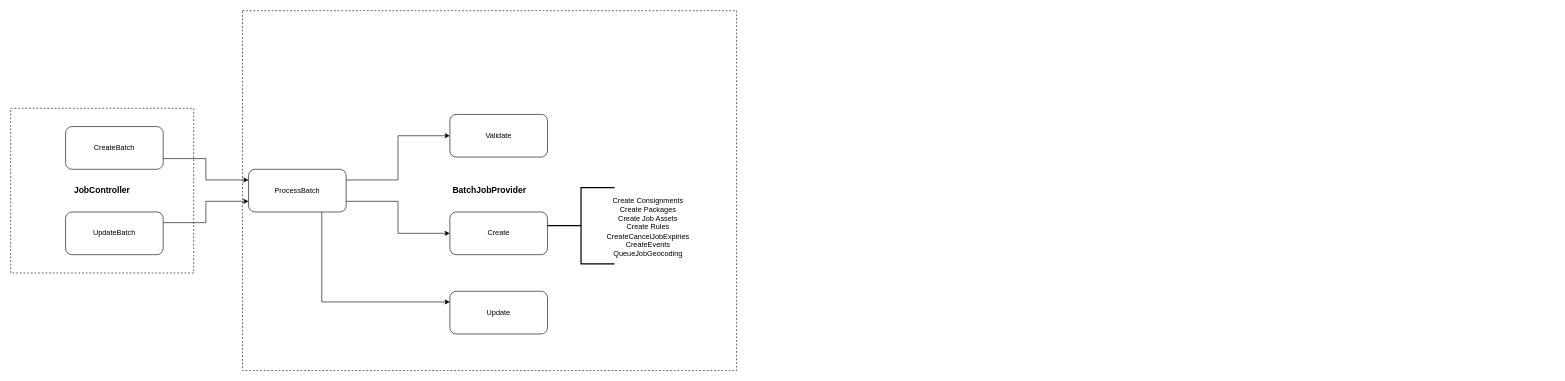
gbates-e2open/drawioFiles keeps this draw.io diagram as batch_job_flow.drawio. Above is the earlier version. Source tidied: cells renumbered, new cells numbered last; positions are measured from the earlier drawing's top-left corner, leaving out a move shared by most shapes. Both pictures are drawn from the tidied source at 61%, with x=0, y=0 at pixel (10, 10).
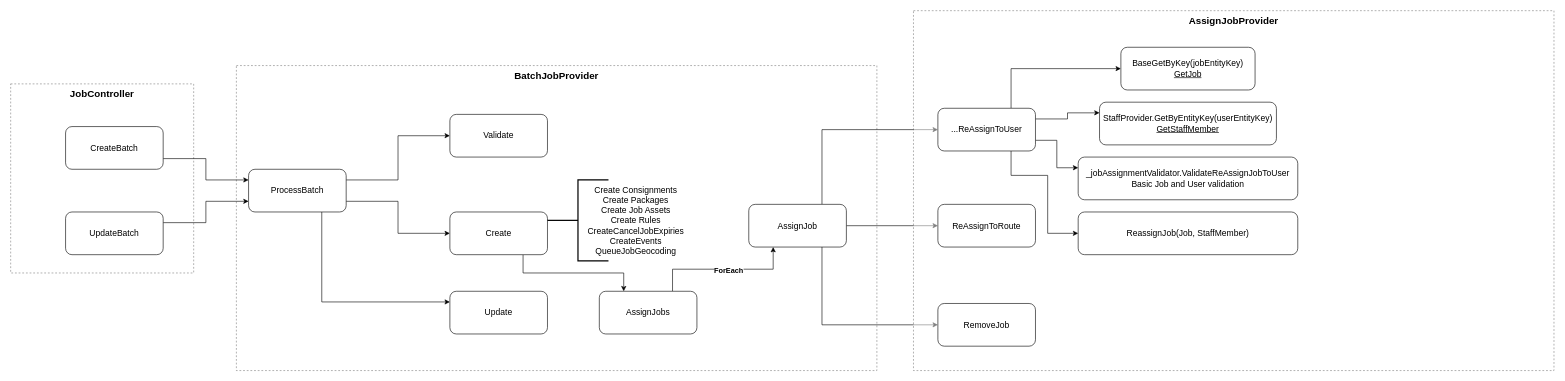
After the change.

What changed in the source:
```diff
@@
-    <mxCell id="2" value="&lt;b&gt;&lt;font style=&quot;font-size: 14px;&quot;&gt;BatchJobProvider&lt;/font&gt;&lt;/b&gt;" style="rounded=0;whiteSpace=wrap;html=1;dashed=1;" parent="1" vertex="1">
-      <mxGeometry x="380" width="810" height="590" as="geometry" />
+    <mxCell id="2" value="&lt;b&gt;&lt;font style=&quot;font-size: 16px;&quot;&gt;BatchJobProvider&lt;/font&gt;&lt;/b&gt;" style="rounded=0;whiteSpace=wrap;html=1;dashed=1;labelPadding=50;imageVerticalAlign=middle;verticalAlign=top;fillColor=default;gradientColor=none;opacity=50;" parent="1" vertex="1">
+      <mxGeometry x="370" y="90" width="1050" height="500" as="geometry" />
     </mxCell>
@@
-    <mxCell id="6" value="ProcessBatch" style="rounded=1;whiteSpace=wrap;html=1;" parent="1" vertex="1">
+    <mxCell id="6" value="&lt;font style=&quot;font-size: 14px;&quot;&gt;ProcessBatch&lt;/font&gt;" style="rounded=1;whiteSpace=wrap;html=1;" parent="1" vertex="1">
       <mxGeometry x="390" y="260" width="160" height="70" as="geometry" />
     </mxCell>
-    <mxCell id="7" value="&lt;b&gt;&lt;font style=&quot;font-size: 14px;&quot;&gt;JobController&lt;/font&gt;&lt;/b&gt;" style="rounded=0;whiteSpace=wrap;html=1;dashed=1;" parent="1" vertex="1">
-      <mxGeometry y="160" width="300" height="270" as="geometry" />
+    <mxCell id="7" value="&lt;b&gt;&lt;font style=&quot;font-size: 16px;&quot;&gt;JobController&lt;/font&gt;&lt;/b&gt;" style="rounded=0;whiteSpace=wrap;html=1;dashed=1;verticalAlign=top;opacity=50;" parent="1" vertex="1">
+      <mxGeometry y="120" width="300" height="310" as="geometry" />
     </mxCell>
@@
-    <mxCell id="9" value="CreateBatch" style="rounded=1;whiteSpace=wrap;html=1;" parent="1" vertex="1">
+    <mxCell id="9" value="&lt;font style=&quot;font-size: 14px;&quot;&gt;CreateBatch&lt;/font&gt;" style="rounded=1;whiteSpace=wrap;html=1;" parent="1" vertex="1">
       <mxGeometry x="90" y="190" width="160" height="70" as="geometry" />
     </mxCell>
@@
-    <mxCell id="11" value="UpdateBatch" style="rounded=1;whiteSpace=wrap;html=1;" parent="1" vertex="1">
+    <mxCell id="11" value="&lt;font style=&quot;font-size: 14px;&quot;&gt;UpdateBatch&lt;/font&gt;" style="rounded=1;whiteSpace=wrap;html=1;" parent="1" vertex="1">
       <mxGeometry x="90" y="330" width="160" height="70" as="geometry" />
     </mxCell>
-    <mxCell id="12" value="Validate" style="rounded=1;whiteSpace=wrap;html=1;" parent="1" vertex="1">
+    <mxCell id="12" value="&lt;font style=&quot;font-size: 14px;&quot;&gt;Validate&lt;/font&gt;" style="rounded=1;whiteSpace=wrap;html=1;" parent="1" vertex="1">
       <mxGeometry x="720" y="170" width="160" height="70" as="geometry" />
     </mxCell>
+    <mxCell id="17" style="edgeStyle=orthogonalEdgeStyle;rounded=0;jettySize=auto;html=1;exitX=0.75;exitY=1;exitDx=0;exitDy=0;entryX=0.25;entryY=0;entryDx=0;entryDy=0;" parent="1" edge="1" source="13" target="20">
+      <mxGeometry relative="1" as="geometry" />
+    </mxCell>
-    <mxCell id="13" value="Create" style="rounded=1;whiteSpace=wrap;html=1;" parent="1" vertex="1">
+    <mxCell id="13" value="&lt;font style=&quot;font-size: 14px;&quot;&gt;Create&lt;/font&gt;" style="rounded=1;whiteSpace=wrap;html=1;" parent="1" vertex="1">
       <mxGeometry x="720" y="330" width="160" height="70" as="geometry" />
     </mxCell>
-    <mxCell id="14" value="Update" style="rounded=1;whiteSpace=wrap;html=1;" parent="1" vertex="1">
+    <mxCell id="14" value="&lt;font style=&quot;font-size: 14px;&quot;&gt;Update&lt;/font&gt;" style="rounded=1;whiteSpace=wrap;html=1;" parent="1" vertex="1">
       <mxGeometry x="720" y="460" width="160" height="70" as="geometry" />
     </mxCell>
     <mxCell id="15" style="strokeWidth=2;html=1;shape=mxgraph.flowchart.annotation_2;align=left;labelPosition=right;" parent="1" vertex="1">
-      <mxGeometry x="880" y="290" width="110" height="125" as="geometry" />
+      <mxGeometry x="880" y="277.5" width="100" height="132.5" as="geometry" />
     </mxCell>
-    <mxCell id="16" value="Create Consignments&lt;div&gt;Create Packages&lt;/div&gt;&lt;div&gt;Create Job Assets&lt;/div&gt;&lt;div&gt;Create Rules&lt;/div&gt;&lt;div&gt;CreateCancelJobExpiries&lt;/div&gt;&lt;div&gt;CreateEvents&lt;/div&gt;&lt;div&gt;QueueJobGeocoding&lt;/div&gt;" style="text;html=1;align=center;verticalAlign=middle;whiteSpace=wrap;rounded=0;" parent="1" vertex="1">
-      <mxGeometry x="960" y="300" width="170" height="110" as="geometry" />
+    <mxCell id="16" value="&lt;font style=&quot;font-size: 14px;&quot;&gt;Create Consignments&lt;/font&gt;&lt;div style=&quot;font-size: 14px;&quot;&gt;&lt;font style=&quot;font-size: 14px;&quot;&gt;Create Packages&lt;/font&gt;&lt;/div&gt;&lt;div style=&quot;font-size: 14px;&quot;&gt;&lt;font style=&quot;font-size: 14px;&quot;&gt;Create Job Assets&lt;/font&gt;&lt;/div&gt;&lt;div style=&quot;font-size: 14px;&quot;&gt;&lt;font style=&quot;font-size: 14px;&quot;&gt;Create Rules&lt;/font&gt;&lt;/div&gt;&lt;div style=&quot;font-size: 14px;&quot;&gt;&lt;font style=&quot;font-size: 14px;&quot;&gt;CreateCancelJobExpiries&lt;/font&gt;&lt;/div&gt;&lt;div style=&quot;font-size: 14px;&quot;&gt;&lt;font style=&quot;font-size: 14px;&quot;&gt;CreateEvents&lt;/font&gt;&lt;/div&gt;&lt;div style=&quot;font-size: 14px;&quot;&gt;&lt;font style=&quot;font-size: 14px;&quot;&gt;QueueJobGeocoding&lt;/font&gt;&lt;/div&gt;" style="text;html=1;align=center;verticalAlign=middle;whiteSpace=wrap;rounded=0;" parent="1" vertex="1">
+      <mxGeometry x="940" y="288.8" width="170" height="110" as="geometry" />
     </mxCell>
+    <mxCell id="18" style="edgeStyle=orthogonalEdgeStyle;rounded=0;jettySize=auto;html=1;exitX=0.75;exitY=0;exitDx=0;exitDy=0;entryX=0.25;entryY=1;entryDx=0;entryDy=0;" parent="1" edge="1" source="20" target="24">
+      <mxGeometry relative="1" as="geometry" />
+    </mxCell>
+    <mxCell id="19" value="&lt;b&gt;&lt;font style=&quot;font-size: 12px;&quot;&gt;ForEach&lt;/font&gt;&lt;/b&gt;" style="edgeLabel;html=1;align=center;verticalAlign=middle;" parent="18" vertex="1">
+      <mxGeometry x="0.08" y="-3" relative="1" as="geometry" />
+    </mxCell>
+    <mxCell id="20" value="&lt;font style=&quot;font-size: 14px;&quot;&gt;AssignJobs&lt;/font&gt;" style="rounded=1;whiteSpace=wrap;html=1;" parent="1" vertex="1">
+      <mxGeometry x="965" y="460" width="160" height="70" as="geometry" />
+    </mxCell>
+    <mxCell id="21" style="edgeStyle=orthogonalEdgeStyle;rounded=0;jettySize=auto;html=1;exitX=1;exitY=0.5;exitDx=0;exitDy=0;entryX=0;entryY=0.5;entryDx=0;entryDy=0;" parent="1" edge="1" source="24" target="27">
+      <mxGeometry relative="1" as="geometry" />
+    </mxCell>
+    <mxCell id="22" style="edgeStyle=orthogonalEdgeStyle;rounded=0;jettySize=auto;html=1;exitX=0.75;exitY=0;exitDx=0;exitDy=0;entryX=0;entryY=0.5;entryDx=0;entryDy=0;" parent="1" edge="1" source="24" target="32">
+      <mxGeometry relative="1" as="geometry" />
+    </mxCell>
+    <mxCell id="23" style="edgeStyle=orthogonalEdgeStyle;rounded=0;jettySize=auto;html=1;exitX=0.75;exitY=1;exitDx=0;exitDy=0;entryX=0;entryY=0.5;entryDx=0;entryDy=0;" parent="1" edge="1" source="24" target="26">
+      <mxGeometry relative="1" as="geometry" />
+    </mxCell>
+    <mxCell id="24" value="&lt;font style=&quot;font-size: 14px;&quot;&gt;AssignJob&lt;/font&gt;" style="rounded=1;whiteSpace=wrap;html=1;" parent="1" vertex="1">
+      <mxGeometry x="1210" y="317.5" width="160" height="70" as="geometry" />
+    </mxCell>
+    <mxCell id="25" value="&lt;b&gt;&lt;font style=&quot;font-size: 16px;&quot;&gt;AssignJobProvider&lt;/font&gt;&lt;/b&gt;" style="rounded=0;whiteSpace=wrap;html=1;dashed=1;labelPadding=50;imageVerticalAlign=middle;verticalAlign=top;fillColor=default;opacity=50;" parent="1" vertex="1">
+      <mxGeometry x="1480" width="1050" height="590" as="geometry" />
+    </mxCell>
+    <mxCell id="26" value="&lt;font style=&quot;font-size: 14px;&quot;&gt;RemoveJob&lt;/font&gt;" style="rounded=1;whiteSpace=wrap;html=1;" parent="1" vertex="1">
+      <mxGeometry x="1520" y="480" width="160" height="70" as="geometry" />
+    </mxCell>
+    <mxCell id="27" value="&lt;font style=&quot;font-size: 14px;&quot;&gt;ReAssignToRoute&lt;/font&gt;" style="rounded=1;whiteSpace=wrap;html=1;" parent="1" vertex="1">
+      <mxGeometry x="1520" y="317.5" width="160" height="70" as="geometry" />
+    </mxCell>
+    <mxCell id="28" style="edgeStyle=orthogonalEdgeStyle;rounded=0;jettySize=auto;html=1;exitX=0.75;exitY=0;exitDx=0;exitDy=0;entryX=0;entryY=0.5;entryDx=0;entryDy=0;" parent="1" edge="1" source="32" target="33">
+      <mxGeometry relative="1" as="geometry" />
+    </mxCell>
+    <mxCell id="29" style="edgeStyle=orthogonalEdgeStyle;rounded=0;jettySize=auto;html=1;exitX=1;exitY=0.25;exitDx=0;exitDy=0;entryX=0;entryY=0.25;entryDx=0;entryDy=0;" parent="1" edge="1" source="32" target="34">
+      <mxGeometry relative="1" as="geometry" />
+    </mxCell>
+    <mxCell id="30" style="edgeStyle=orthogonalEdgeStyle;rounded=0;jettySize=auto;html=1;exitX=1;exitY=0.75;exitDx=0;exitDy=0;entryX=0;entryY=0.25;entryDx=0;entryDy=0;" parent="1" edge="1" source="32" target="35">
+      <mxGeometry relative="1" as="geometry" />
+    </mxCell>
+    <mxCell id="31" style="edgeStyle=orthogonalEdgeStyle;rounded=0;jettySize=auto;html=1;exitX=0.75;exitY=1;exitDx=0;exitDy=0;entryX=0;entryY=0.5;entryDx=0;entryDy=0;" parent="1" edge="1" source="32" target="36">
+      <mxGeometry relative="1" as="geometry">
+        <Array as="points">
+          <mxPoint x="1640" y="270" />
+          <mxPoint x="1700" y="270" />
+          <mxPoint x="1700" y="365" />
+        </Array>
+      </mxGeometry>
+    </mxCell>
+    <mxCell id="32" value="&lt;font style=&quot;font-size: 14px;&quot;&gt;...ReAssignToUser&lt;/font&gt;" style="rounded=1;whiteSpace=wrap;html=1;" parent="1" vertex="1">
+      <mxGeometry x="1520" y="160" width="160" height="70" as="geometry" />
+    </mxCell>
+    <mxCell id="33" value="&lt;span style=&quot;font-size: 14px;&quot;&gt;BaseGetByKey(jobEntityKey)&lt;/span&gt;&lt;br&gt;&lt;span style=&quot;font-size: 14px;&quot;&gt;&lt;u&gt;GetJob&lt;/u&gt;&lt;/span&gt;" style="rounded=1;whiteSpace=wrap;html=1;" parent="1" vertex="1">
+      <mxGeometry x="1820" y="60" width="220" height="70" as="geometry" />
+    </mxCell>
+    <mxCell id="34" value="&lt;div&gt;&lt;span style=&quot;font-size: 14px;&quot;&gt;StaffProvider.GetByEntityKey(userEntityKey)&lt;/span&gt;&lt;br&gt;&lt;/div&gt;&lt;span style=&quot;font-size: 14px;&quot;&gt;&lt;u&gt;GetStaffMember&lt;/u&gt;&lt;/span&gt;" style="rounded=1;whiteSpace=wrap;html=1;" parent="1" vertex="1">
+      <mxGeometry x="1785" y="150" width="290" height="70" as="geometry" />
+    </mxCell>
+    <mxCell id="35" value="&lt;span style=&quot;font-size: 14px;&quot;&gt;_jobAssignmentValidator.ValidateReAssignJobToUser&lt;/span&gt;&lt;br&gt;&lt;span style=&quot;font-size: 14px;&quot;&gt;Basic Job and User validation&lt;/span&gt;" style="rounded=1;whiteSpace=wrap;html=1;" parent="1" vertex="1">
+      <mxGeometry x="1750" y="240" width="360" height="70" as="geometry" />
+    </mxCell>
+    <mxCell id="36" value="&lt;span style=&quot;font-size: 14px;&quot;&gt;ReassignJob(Job, StaffMember)&lt;/span&gt;" style="rounded=1;whiteSpace=wrap;html=1;" parent="1" vertex="1">
+      <mxGeometry x="1750" y="330" width="360" height="70" as="geometry" />
+    </mxCell>
```
